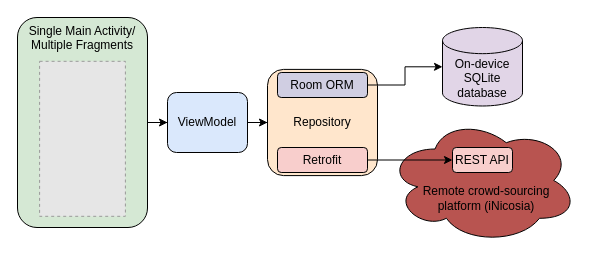
This is figure_app_architecture/app_architecture.drawio from msthoma/EnviroInfo2020_paper, a draw.io file, before an edit. Source tidied: cells renumbered, new cells numbered last; positions are measured from the earlier drawing's top-left corner, leaving out a move shared by most shapes. Both pictures are drawn from the tidied source at 100%, with x=0, y=0 at pixel (17, 17). Pictures stored in the file or linked from it are replaced by grey dashed boxes.
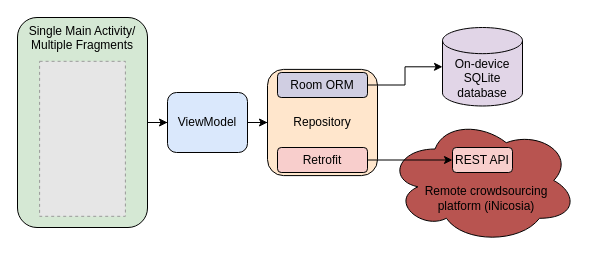
The same page after the edit.

Change to the diagram source:
```diff
@@
 <mxGraphModel>
   <root>
     <mxCell id="0" />
     <mxCell id="1" parent="0" />
-    <mxCell id="2" value="&lt;div&gt;Remote crowd-sourcing &lt;br&gt;&lt;/div&gt;&lt;div&gt;platform (iNicosia)&lt;br&gt;&lt;/div&gt;" style="ellipse;shape=cloud;whiteSpace=wrap;html=1;align=center;strokeWidth=1;verticalAlign=middle;spacingBottom=0;fillColor=#B85450;spacingTop=35;spacingLeft=8;" parent="1" vertex="1">
+    <mxCell id="2" value="&lt;div&gt;Remote crowdsourcing &lt;br&gt;&lt;/div&gt;&lt;div&gt;platform (iNicosia)&lt;br&gt;&lt;/div&gt;" style="ellipse;shape=cloud;whiteSpace=wrap;html=1;align=center;strokeWidth=1;verticalAlign=middle;spacingBottom=0;fillColor=#B85450;spacingTop=35;spacingLeft=8;" parent="1" vertex="1">
       <mxGeometry x="370" y="100" width="190" height="126" as="geometry" />
     </mxCell>
     <mxCell id="3" style="edgeStyle=orthogonalEdgeStyle;rounded=0;jettySize=auto;html=1;" parent="1" edge="1" source="9" target="5">
       <mxGeometry relative="1" as="geometry" />
     </mxCell>
     <mxCell id="4" style="edgeStyle=orthogonalEdgeStyle;rounded=0;jettySize=auto;html=1;" parent="1" edge="1" source="5" target="12">
       <mxGeometry relative="1" as="geometry" />
     </mxCell>
     <mxCell id="5" value="ViewModel" style="rounded=1;whiteSpace=wrap;html=1;fillColor=#dae8fc;" parent="1" vertex="1">
       <mxGeometry x="150" y="75" width="80" height="60" as="geometry" />
     </mxCell>
     <mxCell id="6" value="&lt;div&gt;On-device&lt;br&gt;&lt;/div&gt;&lt;div&gt;SQLite database&lt;br&gt;&lt;/div&gt;" style="strokeWidth=1;html=1;shape=mxgraph.flowchart.database;whiteSpace=wrap;verticalAlign=bottom;fillColor=#e1d5e7;spacingBottom=4;" parent="1" vertex="1">
       <mxGeometry x="425" y="10" width="80" height="78.5" as="geometry" />
     </mxCell>
     <mxCell id="7" value="REST API" style="rounded=1;whiteSpace=wrap;html=1;fillColor=#f8cecc;align=center;spacing=2;spacingTop=0;" parent="1" vertex="1">
       <mxGeometry x="435" y="130" width="60" height="25" as="geometry" />
     </mxCell>
     <mxCell id="8" style="group;" parent="1" vertex="1">
       <mxGeometry width="130" height="210" as="geometry" />
     </mxCell>
     <mxCell id="9" value="&lt;div&gt;Single Main Activity/ Multiple Fragments&lt;/div&gt;" style="rounded=1;whiteSpace=wrap;html=1;spacingRight=0;labelBackgroundColor=none;fillColor=#d5e8d4;verticalAlign=top;" parent="8" vertex="1">
       <mxGeometry width="130" height="210" as="geometry" />
     </mxCell>
     <mxCell id="10" style="fillColor=#E6E6E6;strokeColor=#999999;dashed=1;verticalLabelPosition=bottom;verticalAlign=top;labelBackgroundColor=none;" parent="8" vertex="1">
       <mxGeometry x="22.1" y="43.8" width="85.8" height="155" as="geometry" />
     </mxCell>
     <mxCell id="11" style="group;" parent="1" vertex="1">
       <mxGeometry x="250" y="51.9" width="110" height="106.2" as="geometry" />
     </mxCell>
     <mxCell id="12" value="Repository" style="rounded=1;whiteSpace=wrap;html=1;verticalAlign=middle;fillColor=#ffe6cc;" parent="11" vertex="1">
       <mxGeometry width="110" height="106.2" as="geometry" />
     </mxCell>
     <mxCell id="13" value="Room ORM" style="rounded=1;whiteSpace=wrap;html=1;fillColor=#d0cee2;" parent="11" vertex="1">
       <mxGeometry x="10" y="3.1" width="90" height="25" as="geometry" />
     </mxCell>
     <mxCell id="14" value="Retrofit" style="rounded=1;whiteSpace=wrap;html=1;fillColor=#f8cecc;" parent="11" vertex="1">
       <mxGeometry x="10" y="78.1" width="90" height="25" as="geometry" />
     </mxCell>
     <mxCell id="15" style="edgeStyle=orthogonalEdgeStyle;rounded=0;jettySize=auto;html=1;entryX=0;entryY=0.5;entryDx=0;entryDy=0;" parent="1" edge="1" source="14" target="7">
       <mxGeometry relative="1" as="geometry" />
     </mxCell>
     <mxCell id="16" style="edgeStyle=orthogonalEdgeStyle;rounded=0;jettySize=auto;html=1;" parent="1" edge="1" source="13" target="6">
       <mxGeometry relative="1" as="geometry" />
     </mxCell>
   </root>
 </mxGraphModel>
```
